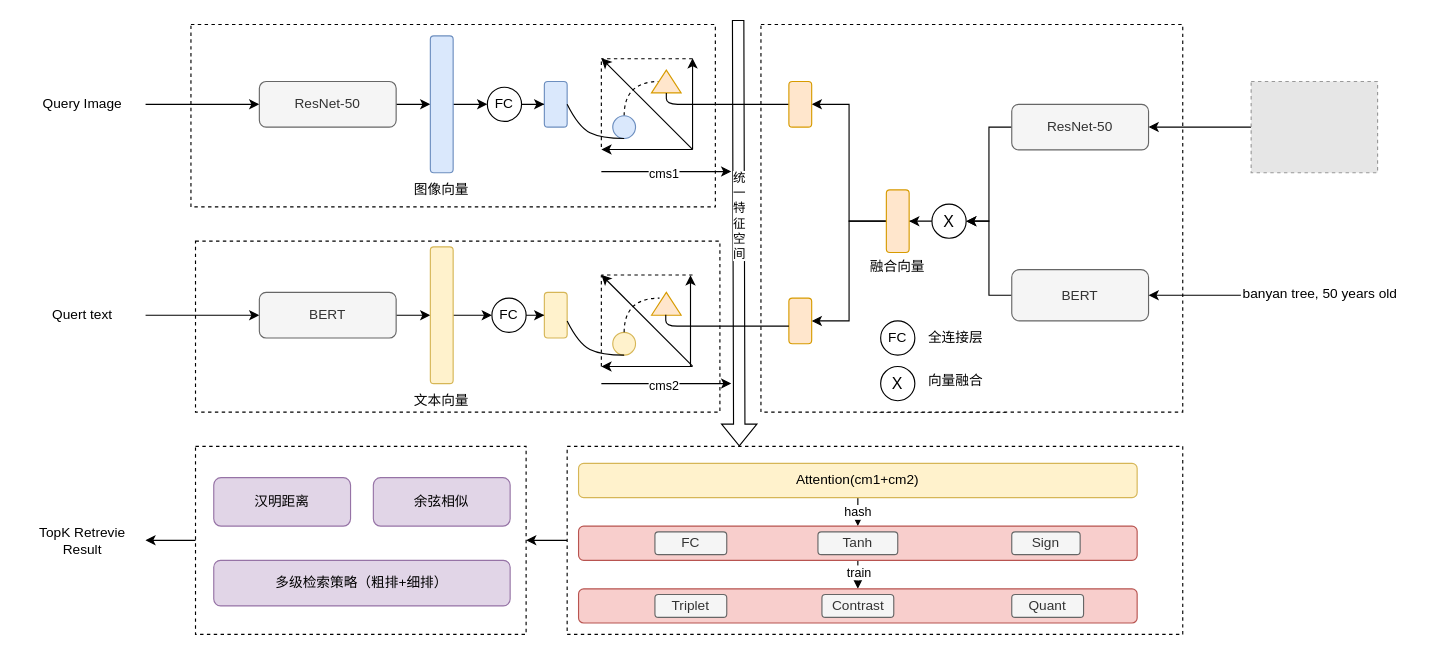
Earlier version of the draw.io diagram page "test-3" (3 of 6) of word/第3章/第3章.drawio (ssl1995/imooc-wiki). Source tidied: cells renumbered, new cells numbered last; positions are measured from the earlier drawing's top-left corner, leaving out a move shared by most shapes. Both pictures are drawn from the tidied source at 114%, with x=0, y=0 at pixel (19, 19). Pictures stored in the file or linked from it are replaced by grey dashed boxes.
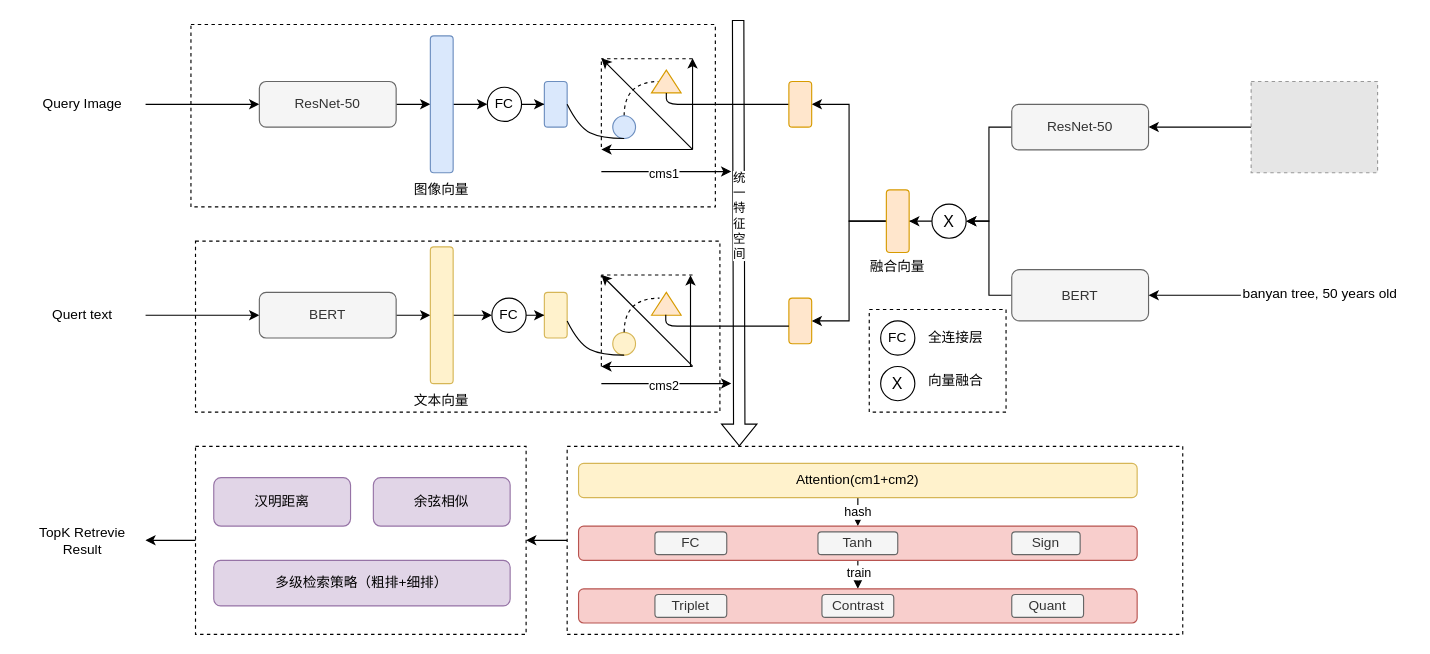
Above is the later version.

The edit, as a diff of the source:
```diff
@@
-    <mxCell id="3" style="rounded=0;whiteSpace=wrap;html=1;dashed=1;" parent="1" vertex="1">
-      <mxGeometry x="650" y="4" width="370" height="340" as="geometry" />
-    </mxCell>
```
